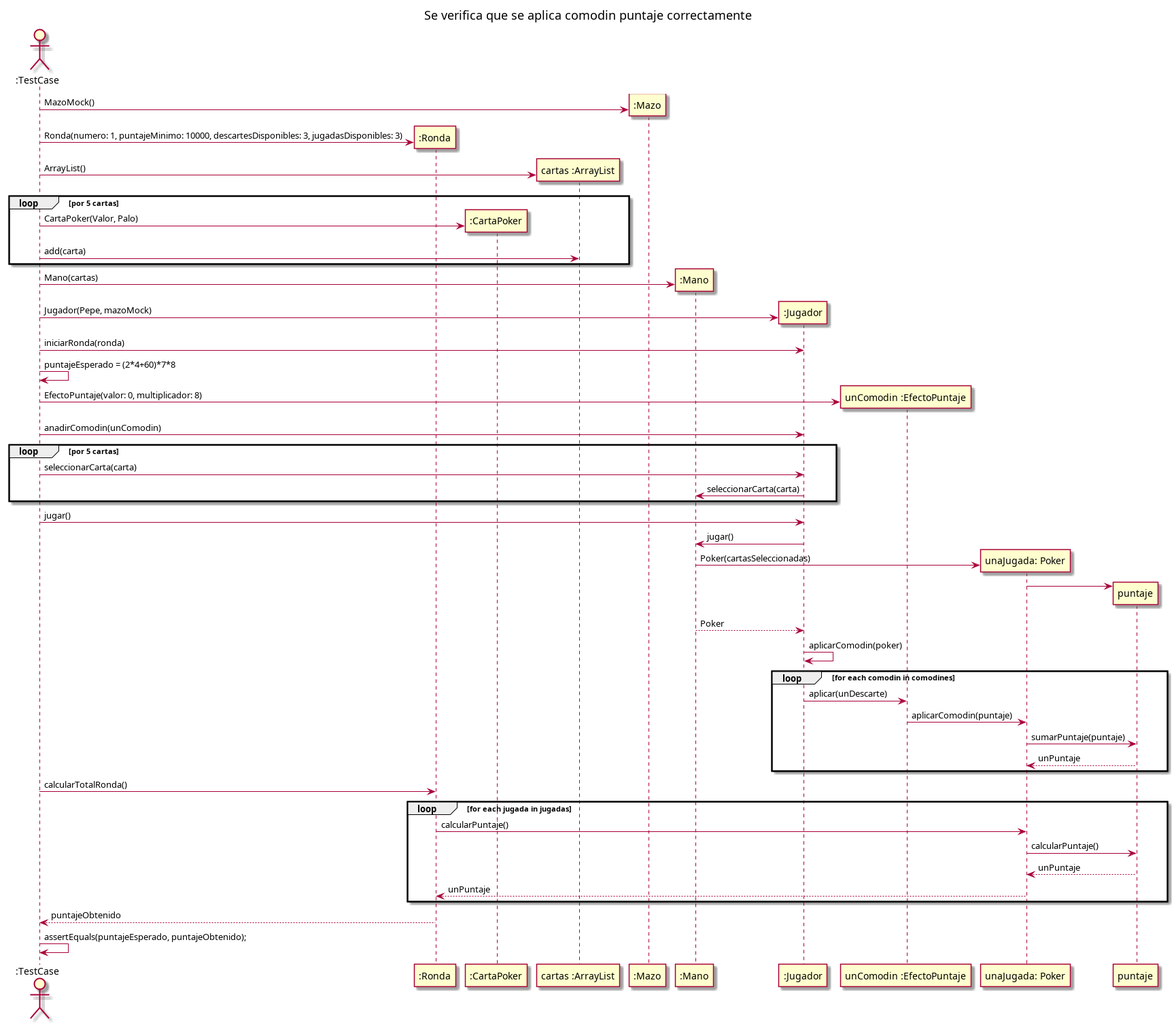
Before: diagrams/sequences/Entrega2/test02.png, a diagram exported from PlantUML (carruizdiaz1109/UBAlatro). Its source is kept beside it as diagrams/sequences/Entrega2/test02.puml.
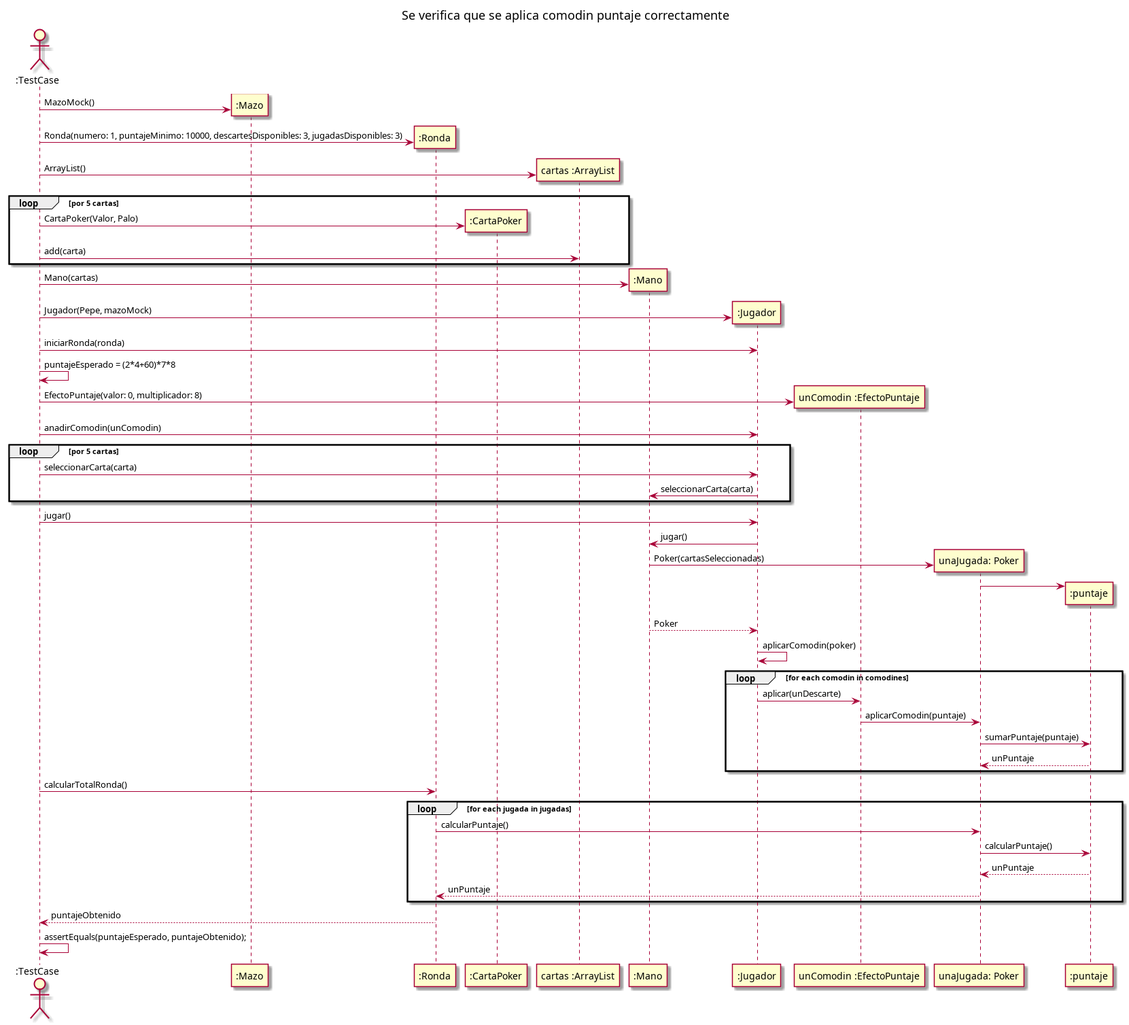
The same file after the commit.

Commit message:
Modificacion diagramas de secuencia

The edit, as a diff of the source:
```diff
@@ -3,10 +3,10 @@
 title Se verifica que se aplica comodin puntaje correctamente
 
 actor ":TestCase" as user
+participant ":Mazo" as mazo
 participant ":Ronda" as ronda
 participant ":CartaPoker" as carta
 participant "cartas :ArrayList" as lista
-participant ":Mazo" as mazo
 participant ":Mano" as mano
 participant ":Jugador" as jugador
 participant "unComodin :EfectoPuntaje" as comodin
@@ -38,7 +38,7 @@
 user -> jugador: jugar()
 jugador -> mano: jugar()
 mano -> jugada**: Poker(cartasSeleccionadas)
-jugada -> puntaje**
+jugada -> ":puntaje" as puntaje**
 mano --> jugador: Poker
 jugador -> jugador: aplicarComodin(poker)
 
```
